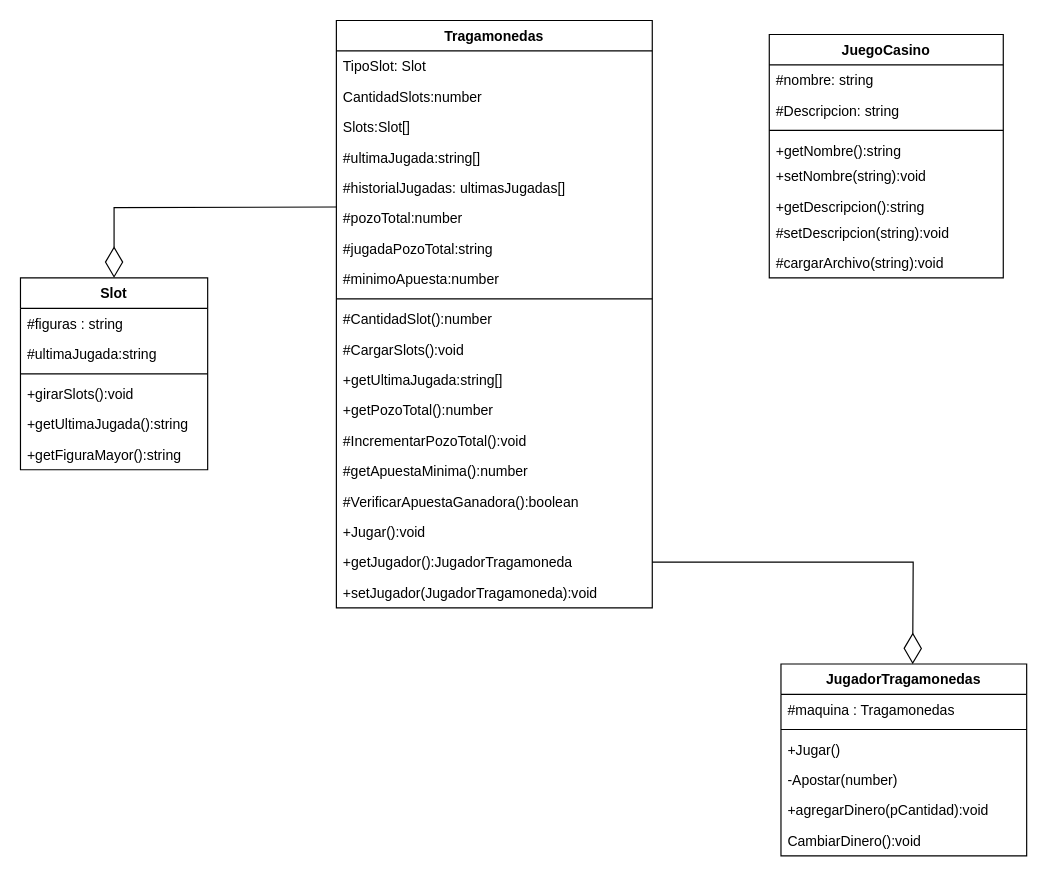
The draw.io diagram page "TRAGAMONEDAS" (2 of 5) of MaquinaTragamonedas.drawio in gceballos23/Casino, before the edit. Source tidied: cells renumbered, new cells numbered last; positions are measured from the earlier drawing's top-left corner, leaving out a move shared by most shapes. Both pictures are drawn from the tidied source at 117%, with x=0, y=0 at pixel (20, 20).
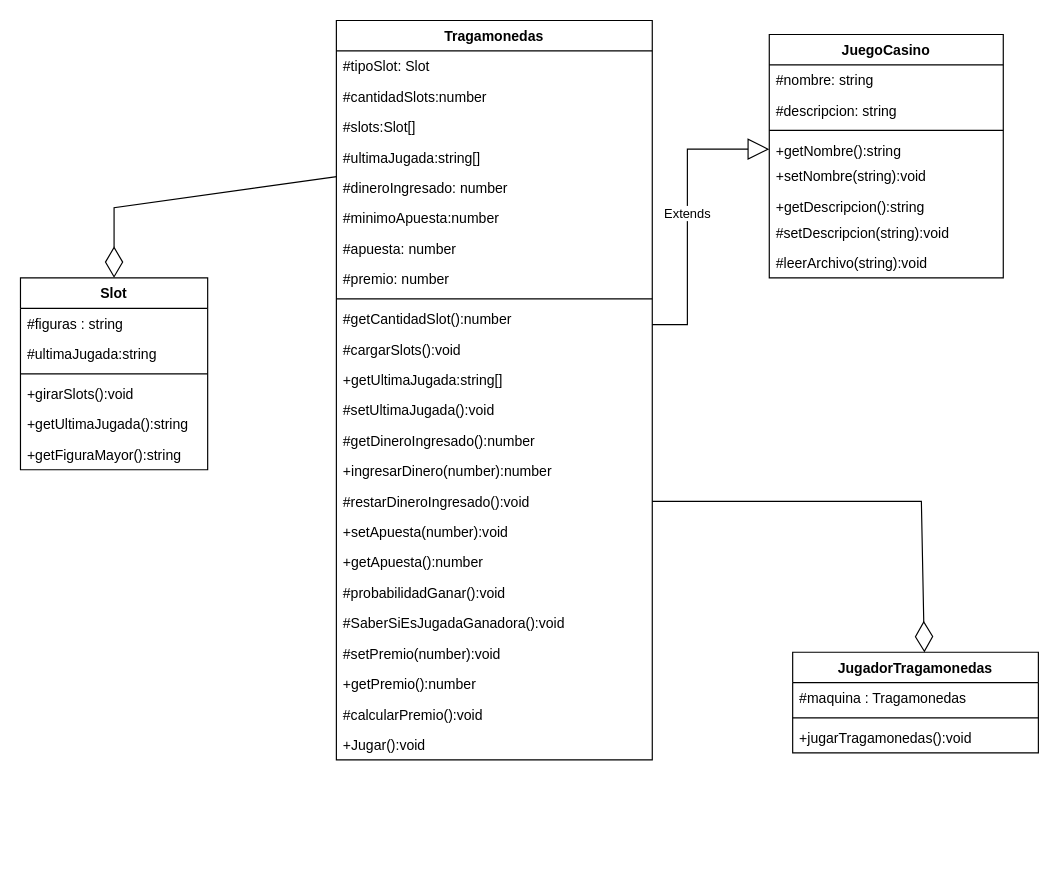
After the change.

Unchanged cells that the change refers to:
```xml
<mxCell id="2" value="Slot" style="swimlane;fontStyle=1;align=center;verticalAlign=top;horizontal=1;startSize=26;" parent="1" vertex="1">
  <mxGeometry y="220" width="160" height="164" as="geometry" />
</mxCell>
<mxCell id="38" value="JuegoCasino" style="swimlane;fontStyle=1;align=center;verticalAlign=top;horizontal=1;startSize=26;" parent="1" vertex="1">
  <mxGeometry x="640" y="12" width="200" height="208" as="geometry" />
</mxCell>
```

Diff of the diagram source:
```diff
@@
     <mxCell id="9" value="Tragamonedas" style="swimlane;fontStyle=1;align=center;verticalAlign=top;horizontal=1;startSize=26;" parent="1" vertex="1">
-      <mxGeometry x="270" width="270" height="502" as="geometry" />
+      <mxGeometry x="270" width="270" height="632" as="geometry" />
     </mxCell>
-    <mxCell id="10" value="TipoSlot: Slot" style="text;strokeColor=none;fillColor=none;align=left;verticalAlign=top;spacingLeft=4;spacingRight=4;overflow=hidden;" parent="9" vertex="1">
+    <mxCell id="10" value="#tipoSlot: Slot" style="text;strokeColor=none;fillColor=none;align=left;verticalAlign=top;spacingLeft=4;spacingRight=4;overflow=hidden;" parent="9" vertex="1">
       <mxGeometry y="26" width="270" height="26" as="geometry" />
     </mxCell>
-    <mxCell id="11" value="CantidadSlots:number" style="text;strokeColor=none;fillColor=none;align=left;verticalAlign=top;spacingLeft=4;spacingRight=4;overflow=hidden;" parent="9" vertex="1">
+    <mxCell id="11" value="#cantidadSlots:number" style="text;strokeColor=none;fillColor=none;align=left;verticalAlign=top;spacingLeft=4;spacingRight=4;overflow=hidden;" parent="9" vertex="1">
       <mxGeometry y="52" width="270" height="26" as="geometry" />
     </mxCell>
-    <mxCell id="12" value="Slots:Slot[]" style="text;strokeColor=none;fillColor=none;align=left;verticalAlign=top;spacingLeft=4;spacingRight=4;overflow=hidden;" parent="9" vertex="1">
+    <mxCell id="12" value="#slots:Slot[]" style="text;strokeColor=none;fillColor=none;align=left;verticalAlign=top;spacingLeft=4;spacingRight=4;overflow=hidden;" parent="9" vertex="1">
       <mxGeometry y="78" width="270" height="26" as="geometry" />
     </mxCell>
@@
-    <mxCell id="14" value="#historialJugadas: ultimasJugadas[]" style="text;strokeColor=none;fillColor=none;align=left;verticalAlign=top;spacingLeft=4;spacingRight=4;overflow=hidden;" parent="9" vertex="1">
-      <mxGeometry y="130" width="270" height="26" as="geometry" />
-    </mxCell>
-    <mxCell id="15" value="#pozoTotal:number" style="text;strokeColor=none;fillColor=none;align=left;verticalAlign=top;spacingLeft=4;spacingRight=4;overflow=hidden;points=[[0,0.5],[1,0.5]];portConstraint=eastwest;" parent="9" vertex="1">
-      <mxGeometry y="156" width="270" height="26" as="geometry" />
-    </mxCell>
-    <mxCell id="16" value="#jugadaPozoTotal:string" style="text;strokeColor=none;fillColor=none;align=left;verticalAlign=top;spacingLeft=4;spacingRight=4;overflow=hidden;" parent="9" vertex="1">
-      <mxGeometry y="182" width="270" height="26" as="geometry" />
-    </mxCell>
+    <mxCell id="47" value="#dineroIngresado: number" style="text;strokeColor=none;fillColor=none;align=left;verticalAlign=top;spacingLeft=4;spacingRight=4;overflow=hidden;" parent="9" vertex="1">
+      <mxGeometry y="130" width="270" height="26" as="geometry" />
+    </mxCell>
     <mxCell id="17" value="#minimoApuesta:number" style="text;strokeColor=none;fillColor=none;align=left;verticalAlign=top;spacingLeft=4;spacingRight=4;overflow=hidden;" parent="9" vertex="1">
-      <mxGeometry y="208" width="270" height="26" as="geometry" />
+      <mxGeometry y="156" width="270" height="26" as="geometry" />
     </mxCell>
+    <mxCell id="48" value="#apuesta: number" style="text;strokeColor=none;fillColor=none;align=left;verticalAlign=top;spacingLeft=4;spacingRight=4;overflow=hidden;" parent="9" vertex="1">
+      <mxGeometry y="182" width="270" height="26" as="geometry" />
+    </mxCell>
+    <mxCell id="49" value="#premio: number" style="text;strokeColor=none;fillColor=none;align=left;verticalAlign=top;spacingLeft=4;spacingRight=4;overflow=hidden;" parent="9" vertex="1">
+      <mxGeometry y="208" width="270" height="26" as="geometry" />
+    </mxCell>
@@
-    <mxCell id="19" value="#CantidadSlot():number" style="text;strokeColor=none;fillColor=none;align=left;verticalAlign=top;spacingLeft=4;spacingRight=4;overflow=hidden;" parent="9" vertex="1">
+    <mxCell id="19" value="#getCantidadSlot():number" style="text;strokeColor=none;fillColor=none;align=left;verticalAlign=top;spacingLeft=4;spacingRight=4;overflow=hidden;" parent="9" vertex="1">
       <mxGeometry y="242" width="270" height="26" as="geometry" />
     </mxCell>
-    <mxCell id="20" value="#CargarSlots():void" style="text;strokeColor=none;fillColor=none;align=left;verticalAlign=top;spacingLeft=4;spacingRight=4;overflow=hidden;" parent="9" vertex="1">
+    <mxCell id="20" value="#cargarSlots():void" style="text;strokeColor=none;fillColor=none;align=left;verticalAlign=top;spacingLeft=4;spacingRight=4;overflow=hidden;" parent="9" vertex="1">
       <mxGeometry y="268" width="270" height="26" as="geometry" />
     </mxCell>
@@
-    <mxCell id="22" value="+getPozoTotal():number" style="text;strokeColor=none;fillColor=none;align=left;verticalAlign=top;spacingLeft=4;spacingRight=4;overflow=hidden;" parent="9" vertex="1">
-      <mxGeometry y="320" width="270" height="26" as="geometry" />
-    </mxCell>
-    <mxCell id="23" value="#IncrementarPozoTotal():void" style="text;strokeColor=none;fillColor=none;align=left;verticalAlign=top;spacingLeft=4;spacingRight=4;overflow=hidden;" parent="9" vertex="1">
-      <mxGeometry y="346" width="270" height="26" as="geometry" />
-    </mxCell>
+    <mxCell id="50" value="#setUltimaJugada():void" style="text;strokeColor=none;fillColor=none;align=left;verticalAlign=top;spacingLeft=4;spacingRight=4;overflow=hidden;" parent="9" vertex="1">
+      <mxGeometry y="320" width="270" height="26" as="geometry" />
+    </mxCell>
+    <mxCell id="51" value="#getDineroIngresado():number" style="text;strokeColor=none;fillColor=none;align=left;verticalAlign=top;spacingLeft=4;spacingRight=4;overflow=hidden;" parent="9" vertex="1">
+      <mxGeometry y="346" width="270" height="26" as="geometry" />
+    </mxCell>
+    <mxCell id="52" value="+ingresarDinero(number):number" style="text;strokeColor=none;fillColor=none;align=left;verticalAlign=top;spacingLeft=4;spacingRight=4;overflow=hidden;" parent="9" vertex="1">
+      <mxGeometry y="372" width="270" height="26" as="geometry" />
+    </mxCell>
+    <mxCell id="53" value="#restarDineroIngresado():void" style="text;strokeColor=none;fillColor=none;align=left;verticalAlign=top;spacingLeft=4;spacingRight=4;overflow=hidden;points=[[0,0.5],[1,0.5]];portConstraint=eastwest;" parent="9" vertex="1">
+      <mxGeometry y="398" width="270" height="26" as="geometry" />
+    </mxCell>
-    <mxCell id="24" value="#getApuestaMinima():number" style="text;strokeColor=none;fillColor=none;align=left;verticalAlign=top;spacingLeft=4;spacingRight=4;overflow=hidden;" parent="9" vertex="1">
-      <mxGeometry y="372" width="270" height="26" as="geometry" />
+    <mxCell id="24" value="+setApuesta(number):void" style="text;strokeColor=none;fillColor=none;align=left;verticalAlign=top;spacingLeft=4;spacingRight=4;overflow=hidden;" parent="9" vertex="1">
+      <mxGeometry y="424" width="270" height="26" as="geometry" />
     </mxCell>
+    <mxCell id="54" value="+getApuesta():number" style="text;strokeColor=none;fillColor=none;align=left;verticalAlign=top;spacingLeft=4;spacingRight=4;overflow=hidden;" parent="9" vertex="1">
+      <mxGeometry y="450" width="270" height="26" as="geometry" />
+    </mxCell>
-    <mxCell id="25" value="#VerificarApuestaGanadora():boolean" style="text;strokeColor=none;fillColor=none;align=left;verticalAlign=top;spacingLeft=4;spacingRight=4;overflow=hidden;" parent="9" vertex="1">
-      <mxGeometry y="398" width="270" height="26" as="geometry" />
+    <mxCell id="25" value="#probabilidadGanar():void" style="text;strokeColor=none;fillColor=none;align=left;verticalAlign=top;spacingLeft=4;spacingRight=4;overflow=hidden;" parent="9" vertex="1">
+      <mxGeometry y="476" width="270" height="26" as="geometry" />
     </mxCell>
+    <mxCell id="55" value="#SaberSiEsJugadaGanadora():void" style="text;strokeColor=none;fillColor=none;align=left;verticalAlign=top;spacingLeft=4;spacingRight=4;overflow=hidden;" parent="9" vertex="1">
+      <mxGeometry y="502" width="270" height="26" as="geometry" />
+    </mxCell>
+    <mxCell id="56" value="#setPremio(number):void" style="text;strokeColor=none;fillColor=none;align=left;verticalAlign=top;spacingLeft=4;spacingRight=4;overflow=hidden;" parent="9" vertex="1">
+      <mxGeometry y="528" width="270" height="26" as="geometry" />
+    </mxCell>
+    <mxCell id="57" value="+getPremio():number" style="text;strokeColor=none;fillColor=none;align=left;verticalAlign=top;spacingLeft=4;spacingRight=4;overflow=hidden;" parent="9" vertex="1">
+      <mxGeometry y="554" width="270" height="26" as="geometry" />
+    </mxCell>
-    <mxCell id="26" value="+Jugar():void" style="text;strokeColor=none;fillColor=none;align=left;verticalAlign=top;spacingLeft=4;spacingRight=4;overflow=hidden;" parent="9" vertex="1">
-      <mxGeometry y="424" width="270" height="26" as="geometry" />
+    <mxCell id="26" value="#calcularPremio():void" style="text;strokeColor=none;fillColor=none;align=left;verticalAlign=top;spacingLeft=4;spacingRight=4;overflow=hidden;" parent="9" vertex="1">
+      <mxGeometry y="580" width="270" height="26" as="geometry" />
     </mxCell>
-    <mxCell id="27" value="+getJugador():JugadorTragamoneda" style="text;strokeColor=none;fillColor=none;align=left;verticalAlign=top;spacingLeft=4;spacingRight=4;overflow=hidden;points=[[0,0.5],[1,0.5]];portConstraint=eastwest;" parent="9" vertex="1">
-      <mxGeometry y="450" width="270" height="26" as="geometry" />
-    </mxCell>
-    <mxCell id="28" value="+setJugador(JugadorTragamoneda):void" style="text;strokeColor=none;fillColor=none;align=left;verticalAlign=top;spacingLeft=4;spacingRight=4;overflow=hidden;" parent="9" vertex="1">
-      <mxGeometry y="476" width="270" height="26" as="geometry" />
-    </mxCell>
+    <mxCell id="58" value="+Jugar():void" style="text;strokeColor=none;fillColor=none;align=left;verticalAlign=top;spacingLeft=4;spacingRight=4;overflow=hidden;" parent="9" vertex="1">
+      <mxGeometry y="606" width="270" height="26" as="geometry" />
+    </mxCell>
     <mxCell id="29" value="JugadorTragamonedas" style="swimlane;fontStyle=1;align=center;verticalAlign=top;horizontal=1;startSize=26;" parent="1" vertex="1">
-      <mxGeometry x="650" y="550" width="210" height="164" as="geometry" />
+      <mxGeometry x="660" y="540" width="210" height="86" as="geometry" />
     </mxCell>
@@
-    <mxCell id="32" value="+Jugar()" style="text;strokeColor=none;fillColor=none;align=left;verticalAlign=top;spacingLeft=4;spacingRight=4;overflow=hidden;" parent="29" vertex="1">
-      <mxGeometry y="60" width="210" height="26" as="geometry" />
-    </mxCell>
-    <mxCell id="33" value="-Apostar(number)" style="text;strokeColor=none;fillColor=none;align=left;verticalAlign=top;spacingLeft=4;spacingRight=4;overflow=hidden;" parent="29" vertex="1">
-      <mxGeometry y="86" width="210" height="26" as="geometry" />
-    </mxCell>
-    <mxCell id="34" value="+agregarDinero(pCantidad):void" style="text;strokeColor=none;fillColor=none;align=left;verticalAlign=top;spacingLeft=4;spacingRight=4;overflow=hidden;" parent="29" vertex="1">
-      <mxGeometry y="112" width="210" height="26" as="geometry" />
-    </mxCell>
-    <mxCell id="35" value="CambiarDinero():void" style="text;strokeColor=none;fillColor=none;align=left;verticalAlign=top;spacingLeft=4;spacingRight=4;overflow=hidden;" parent="29" vertex="1">
-      <mxGeometry y="138" width="210" height="26" as="geometry" />
-    </mxCell>
+    <mxCell id="59" value="+jugarTragamonedas():void" style="text;strokeColor=none;fillColor=none;align=left;verticalAlign=top;spacingLeft=4;spacingRight=4;overflow=hidden;" parent="29" vertex="1">
+      <mxGeometry y="60" width="210" height="26" as="geometry" />
+    </mxCell>
-    <mxCell id="36" style="endArrow=diamondThin;endFill=0;endSize=24;html=1;rounded=0;exitX=0.001;exitY=0.131;exitDx=0;exitDy=0;exitPerimeter=0;entryX=0.5;entryY=0;entryDx=0;entryDy=0;" parent="1" edge="1" source="15" target="2">
+    <mxCell id="36" style="endArrow=diamondThin;endFill=0;endSize=24;html=1;rounded=0;exitX=0.001;exitY=0.131;exitDx=0;exitDy=0;exitPerimeter=0;entryX=0.5;entryY=0;entryDx=0;entryDy=0;" parent="1" edge="1" target="2">
       <mxGeometry relative="1" as="geometry">
+        <mxPoint x="270.3" y="133.4" as="sourcePoint" />
         <Array as="points">
           <mxPoint x="80" y="160" />
         </Array>
       </mxGeometry>
     </mxCell>
-    <mxCell id="37" style="endArrow=diamondThin;endFill=0;endSize=24;html=1;rounded=0;entryX=0.536;entryY=0.001;entryDx=0;entryDy=0;exitX=1;exitY=0.5;exitDx=0;exitDy=0;entryPerimeter=0;" parent="1" edge="1" source="27" target="29">
+    <mxCell id="37" style="endArrow=diamondThin;endFill=0;endSize=24;html=1;rounded=0;entryX=0.536;entryY=0.001;entryDx=0;entryDy=0;exitX=1;exitY=0.5;exitDx=0;exitDy=0;entryPerimeter=0;" parent="1" edge="1" source="53" target="29">
       <mxGeometry relative="1" as="geometry">
         <Array as="points">
-          <mxPoint x="763" y="463" />
+          <mxPoint x="770" y="411" />
         </Array>
       </mxGeometry>
     </mxCell>
+    <mxCell id="60" value="Extends" style="endArrow=block;endSize=16;endFill=0;html=1;rounded=0;" parent="1" edge="1">
+      <mxGeometry relative="1" as="geometry">
+        <mxPoint x="540" y="260" as="sourcePoint" />
+        <mxPoint x="640" y="110" as="targetPoint" />
+        <Array as="points">
+          <mxPoint x="570" y="260" />
+          <mxPoint x="570" y="110" />
+        </Array>
+      </mxGeometry>
+    </mxCell>
@@
-    <mxCell id="40" value="#Descripcion: string" style="text;strokeColor=none;fillColor=none;align=left;verticalAlign=top;spacingLeft=4;spacingRight=4;overflow=hidden;" parent="38" vertex="1">
-      <mxGeometry y="52" width="200" height="26" as="geometry" />
-    </mxCell>
+    <mxCell id="61" value="#descripcion: string" style="text;strokeColor=none;fillColor=none;align=left;verticalAlign=top;spacingLeft=4;spacingRight=4;overflow=hidden;" parent="38" vertex="1">
+      <mxGeometry y="52" width="200" height="26" as="geometry" />
+    </mxCell>
@@
-    <mxCell id="46" value="#cargarArchivo(string):void" style="text;strokeColor=none;fillColor=none;align=left;verticalAlign=top;spacingLeft=4;spacingRight=4;overflow=hidden;" parent="38" vertex="1">
-      <mxGeometry y="182" width="200" height="26" as="geometry" />
-    </mxCell>
+    <mxCell id="62" value="#leerArchivo(string):void" style="text;strokeColor=none;fillColor=none;align=left;verticalAlign=top;spacingLeft=4;spacingRight=4;overflow=hidden;" parent="38" vertex="1">
+      <mxGeometry y="182" width="200" height="26" as="geometry" />
+    </mxCell>
```
